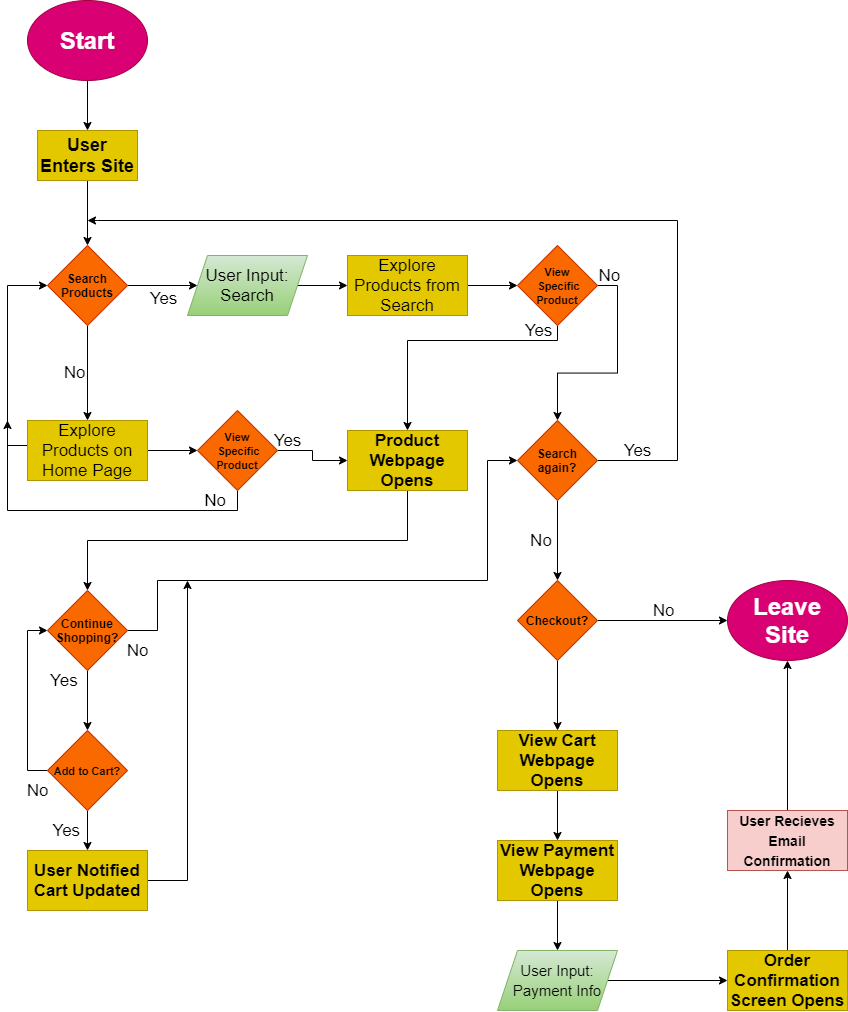
chrisharness/fa21-cse110-lab4 keeps this draw.io diagram as expose/diagramming/diagram.drawio.png. Above is the earlier version. Source tidied: cells renumbered, new cells last; positions are measured from the earlier drawing's top-left corner, leaving out a move shared by most shapes. The source it was exported from:
```xml
<mxGraphModel>
  <root>
    <mxCell id="0" />
    <mxCell id="1" parent="0" />
    <mxCell id="2" style="edgeStyle=orthogonalEdgeStyle;rounded=0;jettySize=auto;html=1;" parent="1" edge="1" source="3" target="5">
      <mxGeometry relative="1" as="geometry" />
    </mxCell>
    <mxCell id="3" value="&lt;h1&gt;Start&lt;/h1&gt;" style="ellipse;whiteSpace=wrap;html=1;fillColor=#d80073;strokeColor=#A50040;fontColor=#ffffff;" parent="1" vertex="1">
      <mxGeometry x="20" width="120" height="80" as="geometry" />
    </mxCell>
    <mxCell id="4" style="edgeStyle=orthogonalEdgeStyle;rounded=0;jettySize=auto;html=1;" parent="1" edge="1" source="5" target="8">
      <mxGeometry relative="1" as="geometry">
        <Array as="points">
          <mxPoint x="80" y="260" />
          <mxPoint x="80" y="260" />
        </Array>
      </mxGeometry>
    </mxCell>
    <mxCell id="5" value="&lt;h2&gt;User Enters Site&lt;/h2&gt;" style="rounded=0;whiteSpace=wrap;html=1;fillColor=#e3c800;strokeColor=#B09500;fontColor=#000000;" parent="1" vertex="1">
      <mxGeometry x="30" y="130" width="100" height="50" as="geometry" />
    </mxCell>
    <mxCell id="6" value="Yes" style="edgeStyle=orthogonalEdgeStyle;rounded=0;jettySize=auto;html=1;spacingTop=16;fontSize=17;entryX=0;entryY=0.5;entryDx=0;entryDy=0;labelBackgroundColor=none;" parent="1" edge="1" source="8" target="13">
      <mxGeometry y="-5" relative="1" as="geometry" />
    </mxCell>
    <mxCell id="7" value="No" style="edgeStyle=orthogonalEdgeStyle;rounded=0;jettySize=auto;html=1;entryX=0.5;entryY=0;entryDx=0;entryDy=0;fontSize=17;spacingLeft=0;spacingRight=26;labelBackgroundColor=none;" parent="1" edge="1" source="8" target="11">
      <mxGeometry relative="1" as="geometry" />
    </mxCell>
    <mxCell id="8" value="&lt;h4&gt;Search Products&lt;/h4&gt;" style="rhombus;whiteSpace=wrap;html=1;rounded=0;fontColor=#000000;strokeColor=#C73500;fillColor=#fa6800;" parent="1" vertex="1">
      <mxGeometry x="40" y="245" width="80" height="80" as="geometry" />
    </mxCell>
    <mxCell id="9" style="edgeStyle=orthogonalEdgeStyle;rounded=0;jettySize=auto;html=1;fontSize=17;entryX=0;entryY=0.5;entryDx=0;entryDy=0;" parent="1" edge="1" source="11" target="8">
      <mxGeometry relative="1" as="geometry">
        <Array as="points">
          <mxPoint y="445" />
          <mxPoint y="285" />
        </Array>
      </mxGeometry>
    </mxCell>
    <mxCell id="10" style="edgeStyle=orthogonalEdgeStyle;rounded=0;jettySize=auto;html=1;labelBackgroundColor=none;fontSize=17;" parent="1" edge="1" source="11" target="18">
      <mxGeometry relative="1" as="geometry" />
    </mxCell>
    <mxCell id="11" value="&lt;font style=&quot;font-size: 17px&quot;&gt;Explore Products on Home Page&lt;/font&gt;" style="whiteSpace=wrap;html=1;rounded=0;strokeColor=#B09500;fillColor=#e3c800;fontColor=#000000;" parent="1" vertex="1">
      <mxGeometry x="20" y="420" width="120" height="60" as="geometry" />
    </mxCell>
    <mxCell id="12" style="edgeStyle=orthogonalEdgeStyle;rounded=0;jettySize=auto;html=1;labelBackgroundColor=none;fontSize=17;" parent="1" edge="1" source="13">
      <mxGeometry relative="1" as="geometry">
        <mxPoint x="340" y="285" as="targetPoint" />
      </mxGeometry>
    </mxCell>
    <mxCell id="13" value="&lt;font color=&quot;#000000&quot;&gt;User Input: Search&lt;/font&gt;" style="shape=parallelogram;perimeter=parallelogramPerimeter;whiteSpace=wrap;html=1;fixedSize=1;fontSize=17;gradientColor=#97d077;fillColor=#d5e8d4;strokeColor=#82b366;" parent="1" vertex="1">
      <mxGeometry x="180" y="255" width="120" height="60" as="geometry" />
    </mxCell>
    <mxCell id="14" style="edgeStyle=orthogonalEdgeStyle;rounded=0;jettySize=auto;html=1;labelBackgroundColor=none;fontSize=17;" parent="1" edge="1" source="15" target="21">
      <mxGeometry relative="1" as="geometry" />
    </mxCell>
    <mxCell id="15" value="&lt;font color=&quot;#000000&quot;&gt;Explore Products from Search&lt;/font&gt;" style="whiteSpace=wrap;html=1;fontSize=17;strokeColor=#B09500;fillColor=#e3c800;fontColor=#000000;" parent="1" vertex="1">
      <mxGeometry x="340" y="255" width="120" height="60" as="geometry" />
    </mxCell>
    <mxCell id="16" value="No" style="edgeStyle=orthogonalEdgeStyle;rounded=0;jettySize=auto;html=1;exitX=0.5;exitY=1;exitDx=0;exitDy=0;labelBackgroundColor=none;fontSize=17;align=right;spacingBottom=40;" parent="1" edge="1" source="18">
      <mxGeometry x="-0.82" y="10" relative="1" as="geometry">
        <mxPoint y="420" as="targetPoint" />
        <Array as="points">
          <mxPoint x="230" y="510" />
          <mxPoint y="510" />
        </Array>
      </mxGeometry>
    </mxCell>
    <mxCell id="17" value="Yes&lt;br&gt;&lt;br&gt;&lt;br&gt;" style="edgeStyle=orthogonalEdgeStyle;rounded=0;jettySize=auto;html=1;exitX=1;exitY=0.5;exitDx=0;exitDy=0;entryX=0;entryY=0.5;entryDx=0;entryDy=0;labelBackgroundColor=none;fontSize=17;" parent="1" edge="1" source="18" target="23">
      <mxGeometry x="-0.75" y="-10" relative="1" as="geometry" />
    </mxCell>
    <mxCell id="18" value="&lt;b&gt;&lt;font style=&quot;font-size: 11px&quot;&gt;View&lt;br&gt;&amp;nbsp;Specific Product&lt;/font&gt;&lt;/b&gt;" style="rhombus;whiteSpace=wrap;html=1;rounded=0;fontColor=#000000;strokeColor=#C73500;fillColor=#fa6800;" parent="1" vertex="1">
      <mxGeometry x="190" y="410" width="80" height="80" as="geometry" />
    </mxCell>
    <mxCell id="19" value="Yes&lt;br&gt;&lt;br&gt;" style="edgeStyle=orthogonalEdgeStyle;rounded=0;jettySize=auto;html=1;exitX=0.5;exitY=1;exitDx=0;exitDy=0;entryX=0.5;entryY=0;entryDx=0;entryDy=0;labelBackgroundColor=none;fontSize=17;" parent="1" edge="1" source="21" target="23">
      <mxGeometry x="-0.73" relative="1" as="geometry">
        <Array as="points">
          <mxPoint x="550" y="340" />
          <mxPoint x="400" y="340" />
        </Array>
      </mxGeometry>
    </mxCell>
    <mxCell id="20" value="&amp;nbsp; &amp;nbsp; &amp;nbsp;No&lt;br&gt;&lt;br&gt;" style="edgeStyle=orthogonalEdgeStyle;rounded=0;jettySize=auto;html=1;exitX=1;exitY=0.5;exitDx=0;exitDy=0;entryX=0.5;entryY=0;entryDx=0;entryDy=0;labelBackgroundColor=none;fontSize=17;" parent="1" edge="1" source="21" target="26">
      <mxGeometry x="-1" relative="1" as="geometry" />
    </mxCell>
    <mxCell id="21" value="&lt;b&gt;&lt;font style=&quot;font-size: 11px&quot;&gt;View&lt;br&gt;&amp;nbsp;Specific Product&lt;/font&gt;&lt;/b&gt;" style="rhombus;whiteSpace=wrap;html=1;rounded=0;fontColor=#000000;strokeColor=#C73500;fillColor=#fa6800;" parent="1" vertex="1">
      <mxGeometry x="510" y="245" width="80" height="80" as="geometry" />
    </mxCell>
    <mxCell id="22" style="edgeStyle=orthogonalEdgeStyle;rounded=0;jettySize=auto;html=1;exitX=0.5;exitY=1;exitDx=0;exitDy=0;entryX=0.5;entryY=0;entryDx=0;entryDy=0;labelBackgroundColor=none;fontSize=17;" parent="1" edge="1" source="23" target="29">
      <mxGeometry x="-0.67" y="-20" relative="1" as="geometry" />
    </mxCell>
    <mxCell id="23" value="&lt;b&gt;Product Webpage Opens&lt;/b&gt;" style="whiteSpace=wrap;html=1;fontSize=17;strokeColor=#B09500;fillColor=#e3c800;fontColor=#000000;" parent="1" vertex="1">
      <mxGeometry x="340" y="430" width="120" height="60" as="geometry" />
    </mxCell>
    <mxCell id="24" value="Yes&lt;br&gt;&lt;br&gt;" style="edgeStyle=orthogonalEdgeStyle;rounded=0;jettySize=auto;html=1;exitX=1;exitY=0.5;exitDx=0;exitDy=0;labelBackgroundColor=none;fontSize=17;" parent="1" edge="1" source="26">
      <mxGeometry x="-0.91" relative="1" as="geometry">
        <mxPoint x="80" y="220" as="targetPoint" />
        <Array as="points">
          <mxPoint x="670" y="460" />
          <mxPoint x="670" y="220" />
          <mxPoint x="90" y="220" />
        </Array>
      </mxGeometry>
    </mxCell>
    <mxCell id="25" value="No&amp;nbsp; &amp;nbsp; &amp;nbsp; &amp;nbsp;" style="edgeStyle=orthogonalEdgeStyle;rounded=0;jettySize=auto;html=1;exitX=0.5;exitY=1;exitDx=0;exitDy=0;entryX=0.5;entryY=0;entryDx=0;entryDy=0;labelBackgroundColor=none;fontSize=17;" parent="1" edge="1" source="26" target="37">
      <mxGeometry relative="1" as="geometry" />
    </mxCell>
    <mxCell id="26" value="&lt;h4&gt;Search again?&lt;/h4&gt;" style="rhombus;whiteSpace=wrap;html=1;rounded=0;fontColor=#000000;strokeColor=#C73500;fillColor=#fa6800;" parent="1" vertex="1">
      <mxGeometry x="510" y="420" width="80" height="80" as="geometry" />
    </mxCell>
    <mxCell id="27" value="Yes&amp;nbsp; &amp;nbsp; &amp;nbsp; &amp;nbsp; &amp;nbsp;&amp;nbsp;" style="edgeStyle=orthogonalEdgeStyle;rounded=0;jettySize=auto;html=1;labelBackgroundColor=none;fontSize=17;" parent="1" edge="1" source="29" target="32">
      <mxGeometry x="-0.67" relative="1" as="geometry" />
    </mxCell>
    <mxCell id="28" value="&lt;br&gt;&lt;br&gt;No" style="edgeStyle=orthogonalEdgeStyle;rounded=0;jettySize=auto;html=1;exitX=1;exitY=0.5;exitDx=0;exitDy=0;entryX=0;entryY=0.5;entryDx=0;entryDy=0;labelBackgroundColor=none;fontSize=17;" parent="1" edge="1" source="29" target="26">
      <mxGeometry x="-0.96" relative="1" as="geometry">
        <Array as="points">
          <mxPoint x="150" y="630" />
          <mxPoint x="150" y="580" />
          <mxPoint x="480" y="580" />
          <mxPoint x="480" y="460" />
        </Array>
      </mxGeometry>
    </mxCell>
    <mxCell id="29" value="&lt;h4&gt;Continue Shopping?&lt;/h4&gt;" style="rhombus;whiteSpace=wrap;html=1;rounded=0;fontColor=#000000;strokeColor=#C73500;fillColor=#fa6800;" parent="1" vertex="1">
      <mxGeometry x="40" y="590" width="80" height="80" as="geometry" />
    </mxCell>
    <mxCell id="30" value="&lt;br&gt;&lt;br&gt;No" style="edgeStyle=orthogonalEdgeStyle;rounded=0;jettySize=auto;html=1;exitX=0;exitY=0.5;exitDx=0;exitDy=0;entryX=0;entryY=0.5;entryDx=0;entryDy=0;labelBackgroundColor=none;fontSize=17;" parent="1" edge="1" source="32" target="29">
      <mxGeometry x="-0.89" relative="1" as="geometry" />
    </mxCell>
    <mxCell id="31" value="Yes&amp;nbsp; &amp;nbsp; &amp;nbsp; &amp;nbsp; &amp;nbsp;" style="edgeStyle=orthogonalEdgeStyle;rounded=0;jettySize=auto;html=1;exitX=0.5;exitY=1;exitDx=0;exitDy=0;entryX=0.5;entryY=0;entryDx=0;entryDy=0;labelBackgroundColor=none;fontSize=17;" parent="1" edge="1" source="32" target="34">
      <mxGeometry relative="1" as="geometry" />
    </mxCell>
    <mxCell id="32" value="&lt;h4&gt;&lt;span style=&quot;font-size: 11px&quot;&gt;Add to Cart?&lt;/span&gt;&lt;/h4&gt;" style="rhombus;whiteSpace=wrap;html=1;rounded=0;fontColor=#000000;strokeColor=#C73500;fillColor=#fa6800;" parent="1" vertex="1">
      <mxGeometry x="40" y="730" width="80" height="80" as="geometry" />
    </mxCell>
    <mxCell id="33" style="edgeStyle=orthogonalEdgeStyle;rounded=0;jettySize=auto;html=1;exitX=1;exitY=0.5;exitDx=0;exitDy=0;labelBackgroundColor=none;fontSize=17;" parent="1" edge="1" source="34">
      <mxGeometry relative="1" as="geometry">
        <mxPoint x="180" y="580" as="targetPoint" />
      </mxGeometry>
    </mxCell>
    <mxCell id="34" value="&lt;b&gt;User Notified Cart Updated&lt;/b&gt;" style="whiteSpace=wrap;html=1;fontSize=17;strokeColor=#B09500;fillColor=#e3c800;fontColor=#000000;" parent="1" vertex="1">
      <mxGeometry x="20" y="850" width="120" height="60" as="geometry" />
    </mxCell>
    <mxCell id="35" value="No&lt;br&gt;&lt;br&gt;" style="edgeStyle=orthogonalEdgeStyle;rounded=0;jettySize=auto;html=1;exitX=1;exitY=0.5;exitDx=0;exitDy=0;entryX=0;entryY=0.5;entryDx=0;entryDy=0;labelBackgroundColor=none;fontSize=17;" parent="1" edge="1" source="37" target="38">
      <mxGeometry relative="1" as="geometry" />
    </mxCell>
    <mxCell id="36" style="edgeStyle=orthogonalEdgeStyle;rounded=0;jettySize=auto;html=1;exitX=0.5;exitY=1;exitDx=0;exitDy=0;entryX=0.5;entryY=0;entryDx=0;entryDy=0;labelBackgroundColor=none;fontSize=17;" parent="1" edge="1" source="37" target="40">
      <mxGeometry relative="1" as="geometry" />
    </mxCell>
    <mxCell id="37" value="&lt;h4&gt;Checkout?&lt;/h4&gt;" style="rhombus;whiteSpace=wrap;html=1;rounded=0;fontColor=#000000;strokeColor=#C73500;fillColor=#fa6800;" parent="1" vertex="1">
      <mxGeometry x="510" y="580" width="80" height="80" as="geometry" />
    </mxCell>
    <mxCell id="38" value="&lt;h1&gt;Leave Site&lt;/h1&gt;" style="ellipse;whiteSpace=wrap;html=1;fillColor=#d80073;strokeColor=#A50040;fontColor=#ffffff;" parent="1" vertex="1">
      <mxGeometry x="720" y="580" width="120" height="80" as="geometry" />
    </mxCell>
    <mxCell id="39" style="edgeStyle=orthogonalEdgeStyle;rounded=0;jettySize=auto;html=1;labelBackgroundColor=none;fontSize=17;" parent="1" edge="1" source="40" target="42">
      <mxGeometry relative="1" as="geometry" />
    </mxCell>
    <mxCell id="40" value="&lt;b&gt;View Cart Webpage Opens&lt;/b&gt;" style="whiteSpace=wrap;html=1;fontSize=17;strokeColor=#B09500;fillColor=#e3c800;fontColor=#000000;" parent="1" vertex="1">
      <mxGeometry x="490" y="730" width="120" height="60" as="geometry" />
    </mxCell>
    <mxCell id="41" style="edgeStyle=orthogonalEdgeStyle;rounded=0;jettySize=auto;html=1;labelBackgroundColor=none;fontSize=17;" parent="1" edge="1" source="42" target="44">
      <mxGeometry relative="1" as="geometry" />
    </mxCell>
    <mxCell id="42" value="&lt;b&gt;View Payment Webpage Opens&lt;/b&gt;" style="whiteSpace=wrap;html=1;fontSize=17;strokeColor=#B09500;fillColor=#e3c800;fontColor=#000000;" parent="1" vertex="1">
      <mxGeometry x="490" y="840" width="120" height="60" as="geometry" />
    </mxCell>
    <mxCell id="43" style="edgeStyle=orthogonalEdgeStyle;rounded=0;jettySize=auto;html=1;labelBackgroundColor=none;fontSize=17;" parent="1" edge="1" source="44" target="46">
      <mxGeometry relative="1" as="geometry" />
    </mxCell>
    <mxCell id="44" value="&lt;font color=&quot;#000000&quot; style=&quot;font-size: 15px&quot;&gt;User Input: Payment Info&lt;/font&gt;" style="shape=parallelogram;perimeter=parallelogramPerimeter;whiteSpace=wrap;html=1;fixedSize=1;fontSize=17;gradientColor=#97d077;fillColor=#d5e8d4;strokeColor=#82b366;" parent="1" vertex="1">
      <mxGeometry x="490" y="950" width="120" height="60" as="geometry" />
    </mxCell>
    <mxCell id="45" style="edgeStyle=orthogonalEdgeStyle;rounded=0;jettySize=auto;html=1;exitX=0.5;exitY=0;exitDx=0;exitDy=0;labelBackgroundColor=none;fontSize=17;" parent="1" edge="1" source="46">
      <mxGeometry relative="1" as="geometry">
        <mxPoint x="780" y="870" as="targetPoint" />
      </mxGeometry>
    </mxCell>
    <mxCell id="46" value="&lt;b&gt;Order Confirmation Screen Opens&lt;/b&gt;" style="whiteSpace=wrap;html=1;fontSize=17;strokeColor=#B09500;fillColor=#e3c800;fontColor=#000000;" parent="1" vertex="1">
      <mxGeometry x="720" y="950" width="120" height="60" as="geometry" />
    </mxCell>
    <mxCell id="47" style="edgeStyle=orthogonalEdgeStyle;rounded=0;jettySize=auto;html=1;exitX=0.5;exitY=0;exitDx=0;exitDy=0;entryX=0.5;entryY=1;entryDx=0;entryDy=0;labelBackgroundColor=none;fontSize=17;" parent="1" edge="1" source="48" target="38">
      <mxGeometry relative="1" as="geometry" />
    </mxCell>
    <mxCell id="48" value="&lt;b&gt;&lt;font color=&quot;#000000&quot; style=&quot;font-size: 14px&quot;&gt;User Recieves Email Confirmation&lt;/font&gt;&lt;/b&gt;" style="whiteSpace=wrap;html=1;fontSize=17;strokeColor=#b85450;fillColor=#f8cecc;" parent="1" vertex="1">
      <mxGeometry x="720" y="810" width="120" height="60" as="geometry" />
    </mxCell>
  </root>
</mxGraphModel>
```
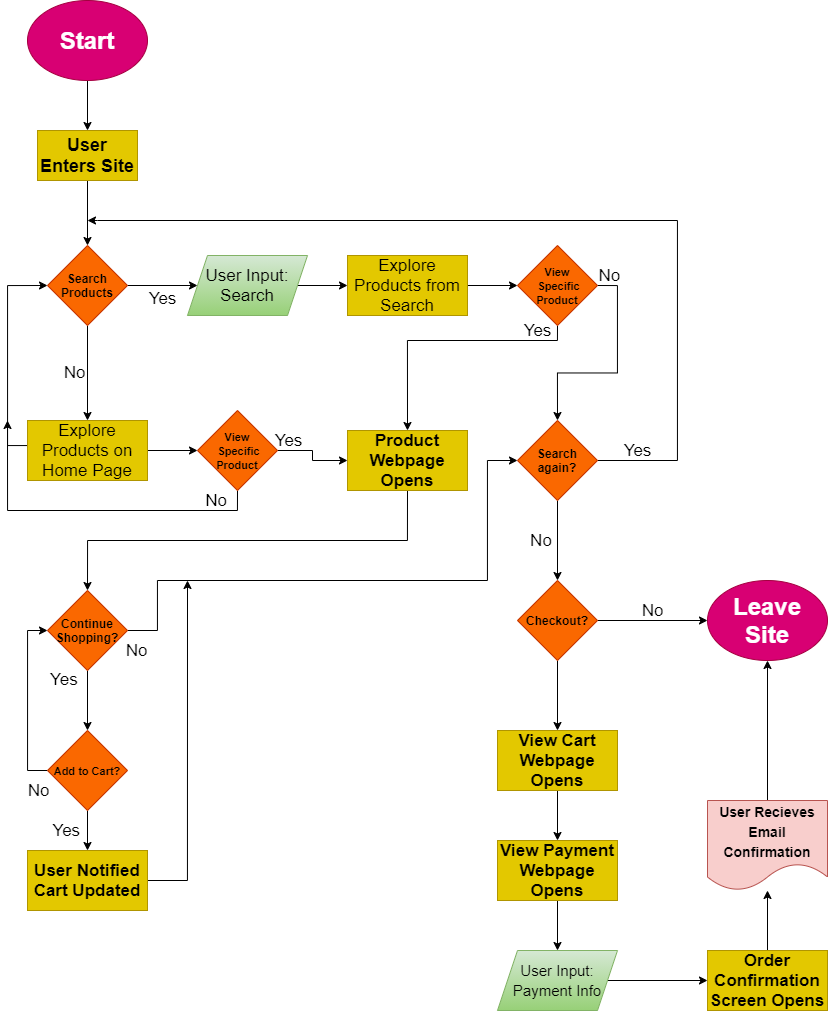
After the change.

What changed in the source:
```diff
@@ -150,7 +150,7 @@
       <mxGeometry x="510" y="580" width="80" height="80" as="geometry" />
     </mxCell>
     <mxCell id="38" value="&lt;h1&gt;Leave Site&lt;/h1&gt;" style="ellipse;whiteSpace=wrap;html=1;fillColor=#d80073;strokeColor=#A50040;fontColor=#ffffff;" parent="1" vertex="1">
-      <mxGeometry x="720" y="580" width="120" height="80" as="geometry" />
+      <mxGeometry x="700" y="580" width="120" height="80" as="geometry" />
     </mxCell>
     <mxCell id="39" style="edgeStyle=orthogonalEdgeStyle;rounded=0;jettySize=auto;html=1;labelBackgroundColor=none;fontSize=17;" parent="1" edge="1" source="40" target="42">
       <mxGeometry relative="1" as="geometry" />
@@ -170,19 +170,17 @@
     <mxCell id="44" value="&lt;font color=&quot;#000000&quot; style=&quot;font-size: 15px&quot;&gt;User Input: Payment Info&lt;/font&gt;" style="shape=parallelogram;perimeter=parallelogramPerimeter;whiteSpace=wrap;html=1;fixedSize=1;fontSize=17;gradientColor=#97d077;fillColor=#d5e8d4;strokeColor=#82b366;" parent="1" vertex="1">
       <mxGeometry x="490" y="950" width="120" height="60" as="geometry" />
     </mxCell>
-    <mxCell id="45" style="edgeStyle=orthogonalEdgeStyle;rounded=0;jettySize=auto;html=1;exitX=0.5;exitY=0;exitDx=0;exitDy=0;labelBackgroundColor=none;fontSize=17;" parent="1" edge="1" source="46">
-      <mxGeometry relative="1" as="geometry">
-        <mxPoint x="780" y="870" as="targetPoint" />
-      </mxGeometry>
-    </mxCell>
+    <mxCell id="49" style="edgeStyle=orthogonalEdgeStyle;rounded=0;jettySize=auto;html=1;labelBackgroundColor=none;fontSize=17;" parent="1" edge="1" source="46" target="48">
+      <mxGeometry relative="1" as="geometry" />
+    </mxCell>
     <mxCell id="46" value="&lt;b&gt;Order Confirmation Screen Opens&lt;/b&gt;" style="whiteSpace=wrap;html=1;fontSize=17;strokeColor=#B09500;fillColor=#e3c800;fontColor=#000000;" parent="1" vertex="1">
-      <mxGeometry x="720" y="950" width="120" height="60" as="geometry" />
+      <mxGeometry x="700" y="950" width="120" height="60" as="geometry" />
     </mxCell>
     <mxCell id="47" style="edgeStyle=orthogonalEdgeStyle;rounded=0;jettySize=auto;html=1;exitX=0.5;exitY=0;exitDx=0;exitDy=0;entryX=0.5;entryY=1;entryDx=0;entryDy=0;labelBackgroundColor=none;fontSize=17;" parent="1" edge="1" source="48" target="38">
       <mxGeometry relative="1" as="geometry" />
     </mxCell>
-    <mxCell id="48" value="&lt;b&gt;&lt;font color=&quot;#000000&quot; style=&quot;font-size: 14px&quot;&gt;User Recieves Email Confirmation&lt;/font&gt;&lt;/b&gt;" style="whiteSpace=wrap;html=1;fontSize=17;strokeColor=#b85450;fillColor=#f8cecc;" parent="1" vertex="1">
-      <mxGeometry x="720" y="810" width="120" height="60" as="geometry" />
+    <mxCell id="48" value="&lt;font color=&quot;#000000&quot; style=&quot;font-size: 14px&quot;&gt;&lt;b&gt;User Recieves Email Confirmation&lt;/b&gt;&lt;/font&gt;" style="shape=document;whiteSpace=wrap;html=1;boundedLbl=1;fontSize=17;fillColor=#f8cecc;strokeColor=#b85450;" parent="1" vertex="1">
+      <mxGeometry x="700" y="800" width="120" height="90" as="geometry" />
     </mxCell>
   </root>
 </mxGraphModel>
```
